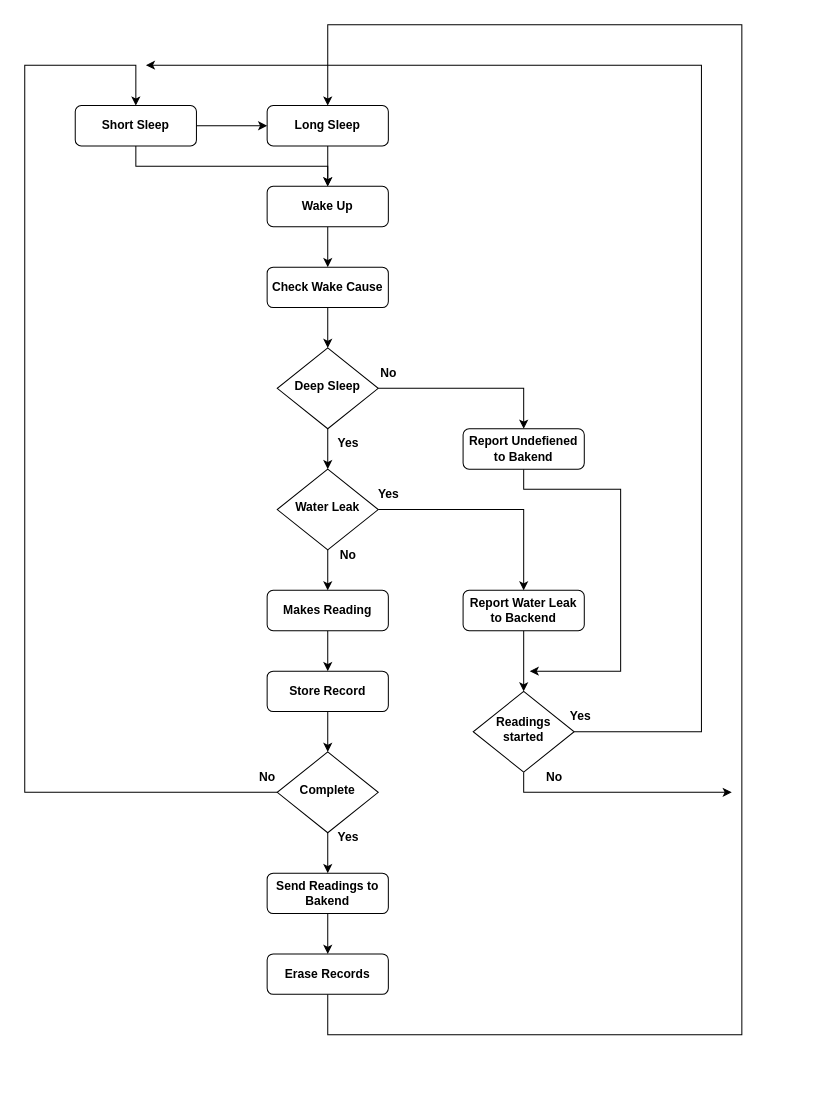
This is Diagrams/MCU Flux Diagram.drawio from MiguelRocha2001/PS-Monitor-IoT-System, a draw.io file, before an edit. Source tidied: cells renumbered, new cells numbered last; positions are measured from the earlier drawing's top-left corner, leaving out a move shared by most shapes. Both pictures are drawn from the tidied source at 101%, with x=0, y=0 at pixel (24, 24).
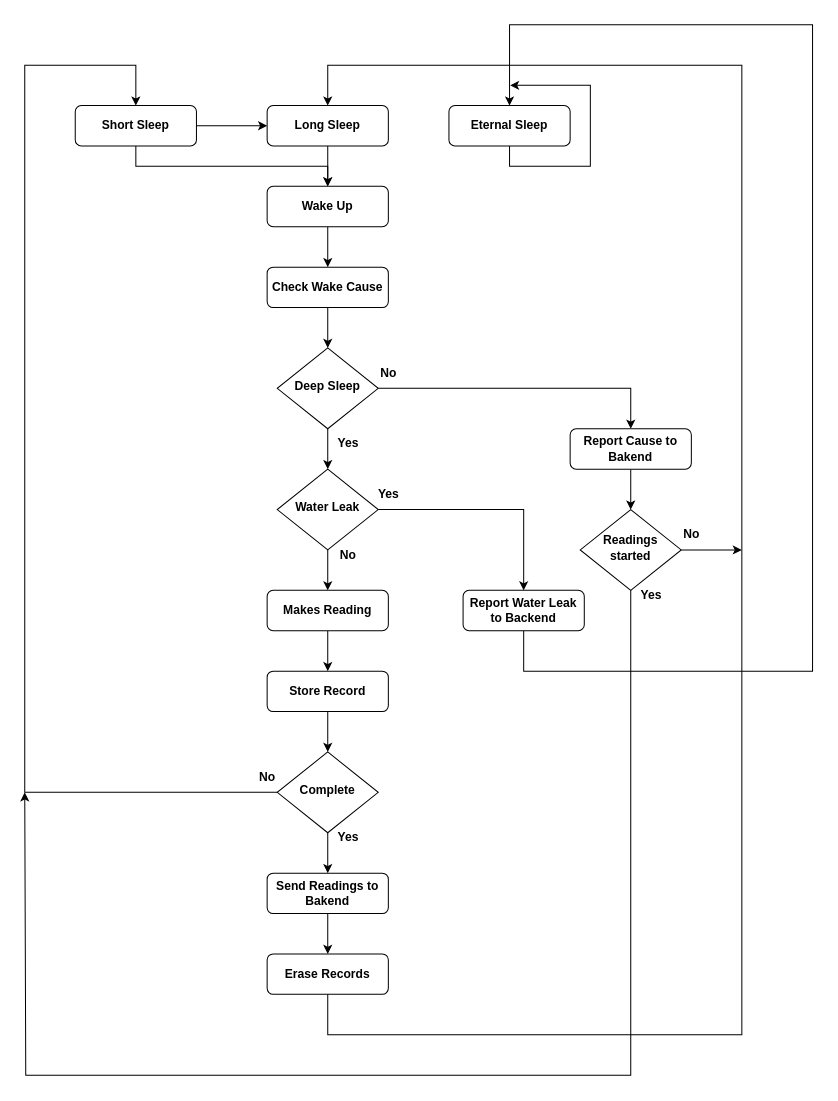
The same diagram, later.

The change refers to these unchanged cells:
```xml
<mxCell id="7" value="Long Sleep" style="rounded=1;whiteSpace=wrap;html=1;fontSize=12;glass=0;strokeWidth=1;shadow=0;fontStyle=1;" parent="1" vertex="1">
  <mxGeometry x="240" y="80" width="120" height="40" as="geometry" />
</mxCell>
<mxCell id="27" value="Report Water Leak to Backend" style="rounded=1;whiteSpace=wrap;html=1;fontSize=12;glass=0;strokeWidth=1;shadow=0;fontStyle=1;" parent="1" vertex="1">
  <mxGeometry x="434" y="560" width="120" height="40" as="geometry" />
</mxCell>
<mxCell id="42" value="Erase Records" style="rounded=1;whiteSpace=wrap;html=1;fontSize=12;glass=0;strokeWidth=1;shadow=0;fontStyle=1;" parent="1" vertex="1">
  <mxGeometry x="240" y="920" width="120" height="40" as="geometry" />
</mxCell>
```

Change to the diagram source:
```diff
@@
     <mxCell id="8" style="edgeStyle=orthogonalEdgeStyle;rounded=0;jettySize=auto;html=1;exitX=0.5;exitY=1;exitDx=0;exitDy=0;entryX=0.5;entryY=0;entryDx=0;entryDy=0;fontStyle=1;" parent="1" edge="1" source="42" target="7">
       <mxGeometry relative="1" as="geometry">
         <Array as="points">
           <mxPoint x="300" y="1000" />
           <mxPoint x="710" y="1000" />
-          <mxPoint x="710" />
-          <mxPoint x="300" />
+          <mxPoint x="710" y="40" />
+          <mxPoint x="300" y="40" />
         </Array>
       </mxGeometry>
     </mxCell>
@@
-    <mxCell id="26" style="edgeStyle=orthogonalEdgeStyle;rounded=0;jettySize=auto;html=1;fontStyle=1;" parent="1" edge="1" source="27" target="32">
-      <mxGeometry relative="1" as="geometry" />
-    </mxCell>
+    <mxCell id="43" style="edgeStyle=orthogonalEdgeStyle;rounded=0;jettySize=auto;html=1;entryX=0.5;entryY=0;entryDx=0;entryDy=0;" parent="1" edge="1" source="27" target="48">
+      <mxGeometry relative="1" as="geometry">
+        <Array as="points">
+          <mxPoint x="494" y="640" />
+          <mxPoint x="780" y="640" />
+          <mxPoint x="780" />
+          <mxPoint x="480" />
+        </Array>
+      </mxGeometry>
+    </mxCell>
@@
-    <mxCell id="30" style="edgeStyle=orthogonalEdgeStyle;rounded=0;jettySize=auto;html=1;fontStyle=1;" parent="1" edge="1" source="32">
-      <mxGeometry relative="1" as="geometry">
-        <mxPoint x="120" y="40" as="targetPoint" />
-        <Array as="points">
-          <mxPoint x="670" y="700" />
-          <mxPoint x="670" y="40" />
-          <mxPoint x="120" y="40" />
-        </Array>
-      </mxGeometry>
-    </mxCell>
-    <mxCell id="31" style="edgeStyle=orthogonalEdgeStyle;rounded=0;jettySize=auto;html=1;fontStyle=1;exitX=0.5;exitY=1;exitDx=0;exitDy=0;" parent="1" edge="1" source="32">
-      <mxGeometry relative="1" as="geometry">
-        <mxPoint x="700" y="760" as="targetPoint" />
-        <Array as="points">
-          <mxPoint x="494" y="760" />
-        </Array>
-      </mxGeometry>
-    </mxCell>
+    <mxCell id="44" style="edgeStyle=orthogonalEdgeStyle;rounded=0;jettySize=auto;html=1;" parent="1" edge="1" source="32">
+      <mxGeometry relative="1" as="geometry">
+        <mxPoint x="710" y="520" as="targetPoint" />
+      </mxGeometry>
+    </mxCell>
+    <mxCell id="45" style="edgeStyle=orthogonalEdgeStyle;rounded=0;jettySize=auto;html=1;" parent="1" edge="1" source="32">
+      <mxGeometry relative="1" as="geometry">
+        <mxPoint y="760" as="targetPoint" />
+        <Array as="points">
+          <mxPoint x="600" y="1040" />
+          <mxPoint x="1" y="1040" />
+          <mxPoint x="1" y="760" />
+        </Array>
+      </mxGeometry>
+    </mxCell>
     <mxCell id="32" value="Readings started" style="rhombus;whiteSpace=wrap;html=1;shadow=0;fontFamily=Helvetica;fontSize=12;align=center;strokeWidth=1;spacing=6;spacingTop=-4;fontStyle=1;" parent="1" vertex="1">
-      <mxGeometry x="444" y="660" width="100" height="80" as="geometry" />
+      <mxGeometry x="550" y="480" width="100" height="80" as="geometry" />
     </mxCell>
     <mxCell id="33" value="Yes" style="text;html=1;align=center;verticalAlign=middle;strokeColor=none;fillColor=none;fontStyle=1;" parent="1" vertex="1">
-      <mxGeometry x="530" y="670" width="40" height="30" as="geometry" />
+      <mxGeometry x="600" y="550" width="40" height="30" as="geometry" />
     </mxCell>
     <mxCell id="34" value="No" style="text;html=1;align=center;verticalAlign=middle;strokeColor=none;fillColor=none;fontStyle=1;" parent="1" vertex="1">
-      <mxGeometry x="504" y="730" width="40" height="30" as="geometry" />
+      <mxGeometry x="640" y="490" width="40" height="30" as="geometry" />
     </mxCell>
@@
-    <mxCell id="38" style="edgeStyle=orthogonalEdgeStyle;rounded=0;jettySize=auto;html=1;exitX=0.5;exitY=1;exitDx=0;exitDy=0;" parent="1" edge="1" source="39">
-      <mxGeometry relative="1" as="geometry">
-        <mxPoint x="500" y="640" as="targetPoint" />
-        <Array as="points">
-          <mxPoint x="494" y="460" />
-          <mxPoint x="590" y="460" />
-          <mxPoint x="590" y="640" />
-        </Array>
-      </mxGeometry>
-    </mxCell>
+    <mxCell id="46" style="edgeStyle=orthogonalEdgeStyle;rounded=0;jettySize=auto;html=1;entryX=0.5;entryY=0;entryDx=0;entryDy=0;" parent="1" edge="1" source="39" target="32">
+      <mxGeometry relative="1" as="geometry" />
+    </mxCell>
-    <mxCell id="39" value="Report Undefiened to Bakend" style="rounded=1;whiteSpace=wrap;html=1;fontSize=12;glass=0;strokeWidth=1;shadow=0;fontStyle=1;" parent="1" vertex="1">
-      <mxGeometry x="434" y="400" width="120" height="40" as="geometry" />
+    <mxCell id="39" value="Report Cause to Bakend" style="rounded=1;whiteSpace=wrap;html=1;fontSize=12;glass=0;strokeWidth=1;shadow=0;fontStyle=1;" parent="1" vertex="1">
+      <mxGeometry x="540" y="400" width="120" height="40" as="geometry" />
     </mxCell>
@@
+    <mxCell id="47" style="edgeStyle=orthogonalEdgeStyle;rounded=0;jettySize=auto;html=1;exitX=0.5;exitY=1;exitDx=0;exitDy=0;" parent="1" edge="1" source="48">
+      <mxGeometry relative="1" as="geometry">
+        <mxPoint x="480" y="60" as="targetPoint" />
+      </mxGeometry>
+    </mxCell>
+    <mxCell id="48" value="Eternal Sleep" style="rounded=1;whiteSpace=wrap;html=1;fontSize=12;glass=0;strokeWidth=1;shadow=0;fontStyle=1;" parent="1" vertex="1">
+      <mxGeometry x="420" y="80" width="120" height="40" as="geometry" />
+    </mxCell>
```
